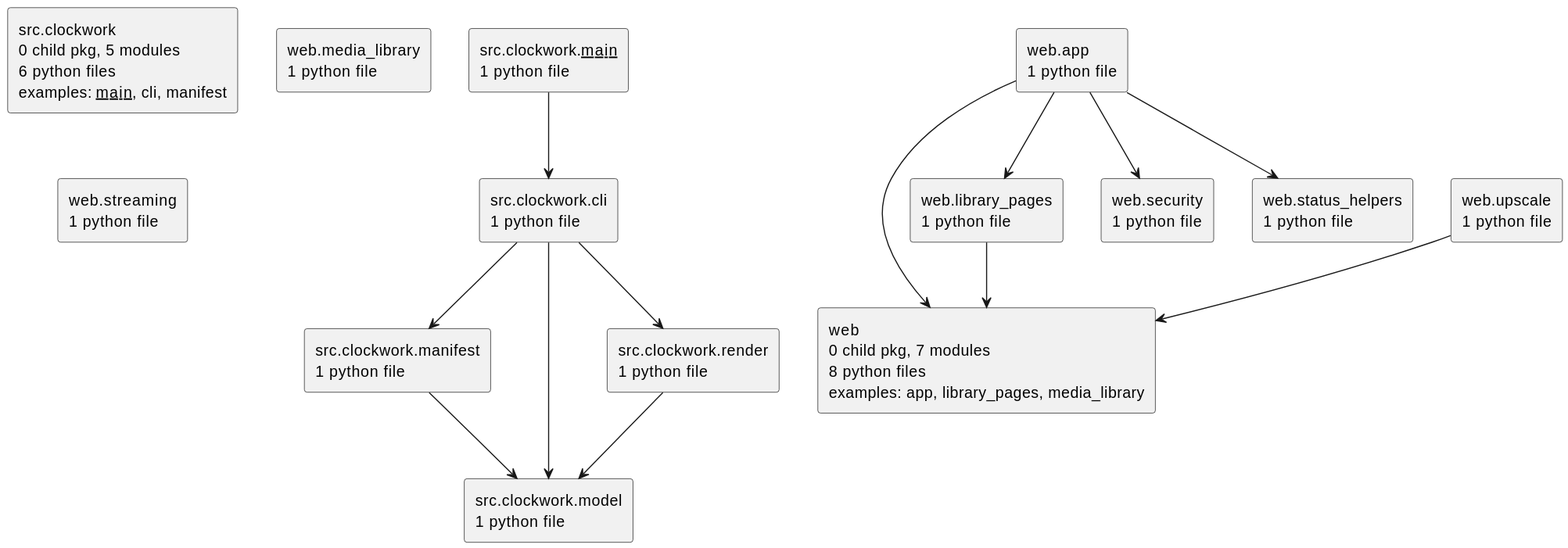
Above: docs/diagrams/python-packages.puml.svg in casonk/clockwork (PlantUML), before the change.
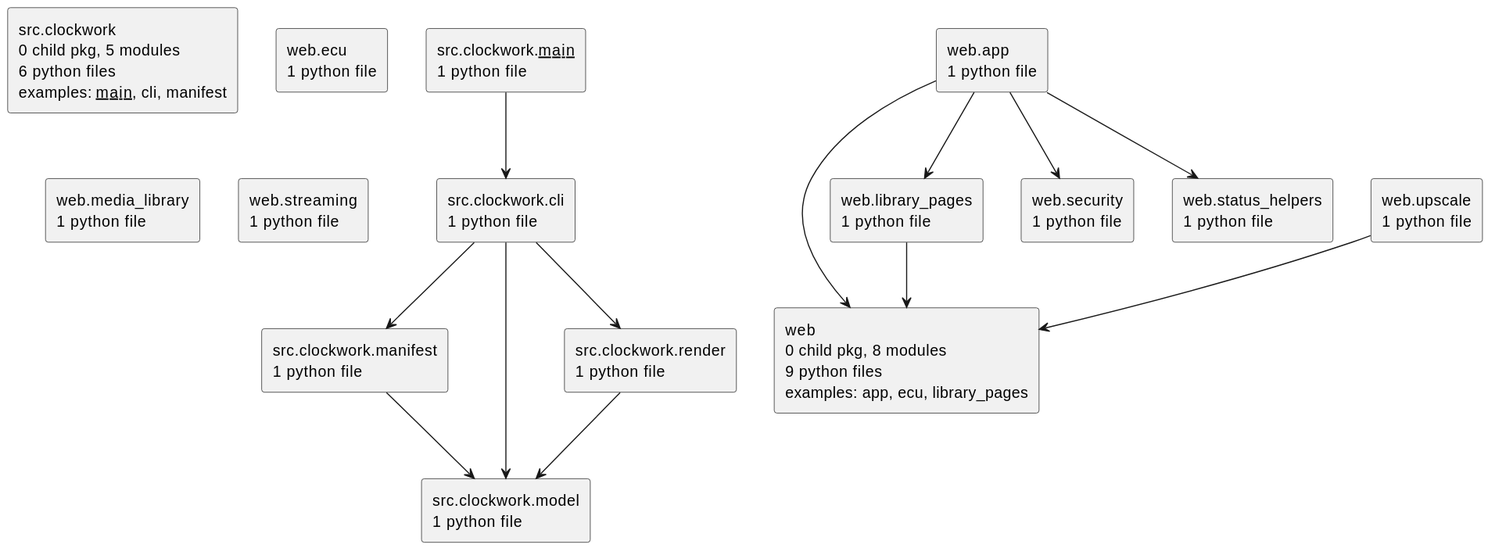
Above is the later version.

The edit, as a diff of the source:
```diff
@@ -8,8 +8,9 @@
 rectangle "src.clockwork.manifest\n1 python file" as src.clockwork.manifest
 rectangle "src.clockwork.model\n1 python file" as src.clockwork.model
 rectangle "src.clockwork.render\n1 python file" as src.clockwork.render
-rectangle "web\n0 child pkg, 7 modules\n8 python files\nexamples: app, library_pages, media_library" as web
+rectangle "web\n0 child pkg, 8 modules\n9 python files\nexamples: app, ecu, library_pages" as web
 rectangle "web.app\n1 python file" as web.app
+rectangle "web.ecu\n1 python file" as web.ecu
 rectangle "web.library_pages\n1 python file" as web.library_pages
 rectangle "web.media_library\n1 python file" as web.media_library
 rectangle "web.security\n1 python file" as web.security
```
